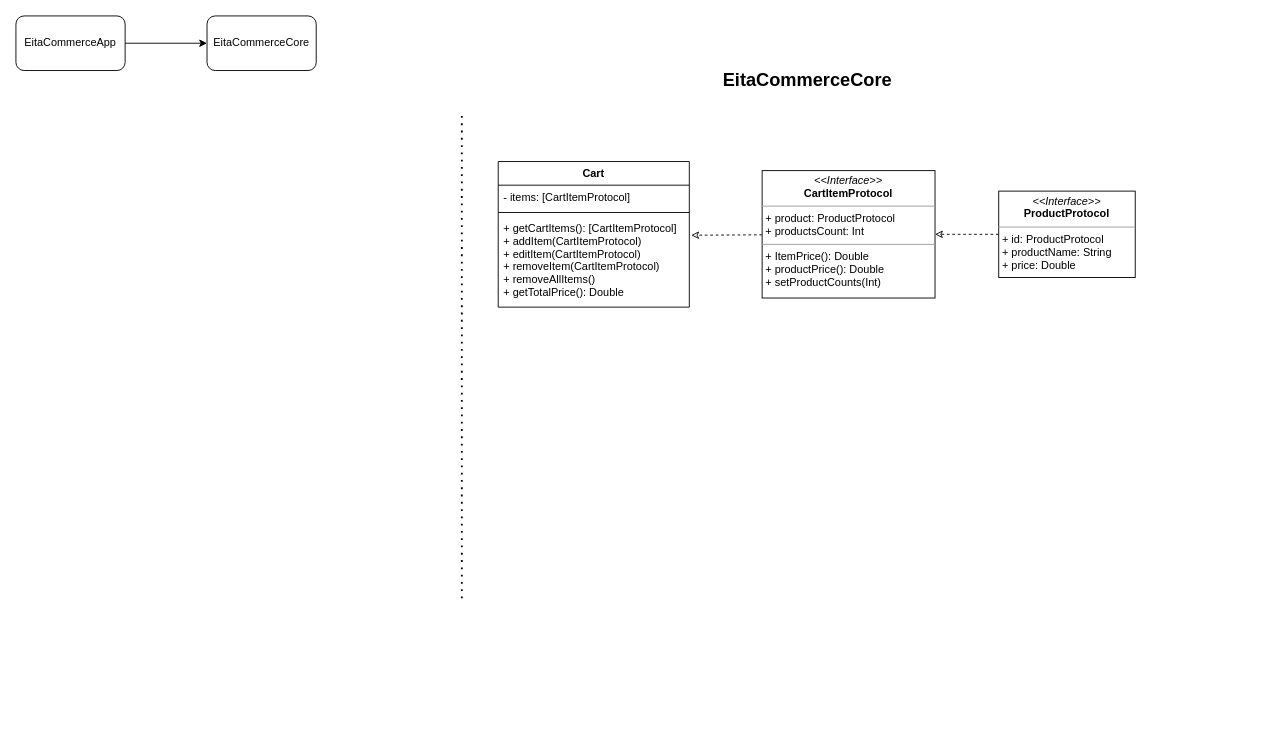
Earlier version of the draw.io diagram Ecommerce.drawio (eitaumdev/EitaCommerceApp). Source tidied: cells renumbered, new cells numbered last; positions are measured from the earlier drawing's top-left corner, leaving out a move shared by most shapes. Both pictures are drawn from the tidied source at 91%, with x=0, y=0 at pixel (15, 15).
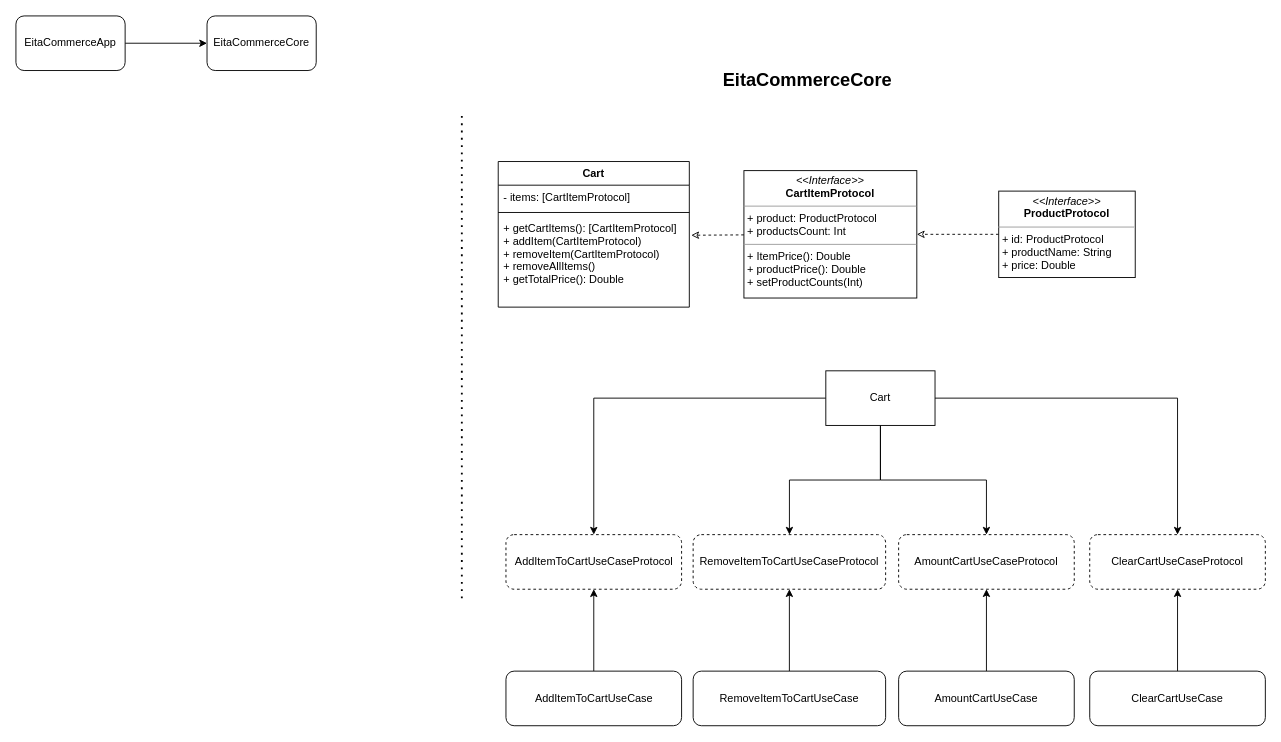
The same page after the edit.

The change refers to these unchanged cells:
```xml
<mxCell id="6" value="Cart" style="swimlane;fontStyle=1;align=center;verticalAlign=top;horizontal=1;startSize=26;" parent="1" vertex="1">
  <mxGeometry x="530" y="160" width="210" height="160" as="geometry" />
</mxCell>
```

Change to the diagram source:
```diff
@@
-    <mxCell id="9" value="+ getCartItems(): [CartItemProtocol]&#10;+ addItem(CartItemProtocol)&#10;+ editItem(CartItemProtocol)&#10;+ removeItem(CartItemProtocol)&#10;+ removeAllItems()&#10;+ getTotalPrice(): Double" style="text;strokeColor=none;fillColor=none;align=left;verticalAlign=top;spacingLeft=4;spacingRight=4;overflow=hidden;points=[[0,0.5],[1,0.5]];portConstraint=eastwest;" parent="6" vertex="1">
+    <mxCell id="9" value="+ getCartItems(): [CartItemProtocol]&#10;+ addItem(CartItemProtocol)&#10;+ removeItem(CartItemProtocol)&#10;+ removeAllItems()&#10;+ getTotalPrice(): Double" style="text;strokeColor=none;fillColor=none;align=left;verticalAlign=top;spacingLeft=4;spacingRight=4;overflow=hidden;points=[[0,0.5],[1,0.5]];portConstraint=eastwest;" parent="6" vertex="1">
       <mxGeometry y="60" width="210" height="100" as="geometry" />
     </mxCell>
@@
     <mxCell id="12" value="&lt;p style=&quot;margin: 0px ; margin-top: 4px ; text-align: center&quot;&gt;&lt;i&gt;&amp;lt;&amp;lt;Interface&amp;gt;&amp;gt;&lt;/i&gt;&lt;br&gt;&lt;b&gt;CartItemProtocol&lt;/b&gt;&lt;/p&gt;&lt;hr size=&quot;1&quot;&gt;&lt;p style=&quot;margin: 0px ; margin-left: 4px&quot;&gt;+ product: ProductProtocol&lt;br&gt;+ productsCount: Int&lt;/p&gt;&lt;hr size=&quot;1&quot;&gt;&lt;p style=&quot;margin: 0px ; margin-left: 4px&quot;&gt;+ ItemPrice(): Double&lt;br&gt;+ productPrice(): Double&lt;/p&gt;&lt;p style=&quot;margin: 0px ; margin-left: 4px&quot;&gt;+ setProductCounts(Int)&lt;/p&gt;" style="verticalAlign=top;align=left;overflow=fill;fontSize=12;fontFamily=Helvetica;html=1;" parent="1" vertex="1">
-      <mxGeometry x="820" y="170" width="190" height="140" as="geometry" />
+      <mxGeometry x="800" y="170" width="190" height="140" as="geometry" />
     </mxCell>
@@
+    <mxCell id="15" style="edgeStyle=orthogonalEdgeStyle;rounded=0;jettySize=auto;html=1;" parent="1" edge="1" source="19" target="20">
+      <mxGeometry relative="1" as="geometry" />
+    </mxCell>
+    <mxCell id="16" style="edgeStyle=orthogonalEdgeStyle;rounded=0;jettySize=auto;html=1;exitX=0.5;exitY=1;exitDx=0;exitDy=0;" parent="1" edge="1" source="19" target="21">
+      <mxGeometry relative="1" as="geometry" />
+    </mxCell>
+    <mxCell id="17" style="edgeStyle=orthogonalEdgeStyle;rounded=0;jettySize=auto;html=1;exitX=1;exitY=0.5;exitDx=0;exitDy=0;" parent="1" edge="1" source="19" target="22">
+      <mxGeometry relative="1" as="geometry" />
+    </mxCell>
+    <mxCell id="18" style="edgeStyle=orthogonalEdgeStyle;rounded=0;jettySize=auto;html=1;" parent="1" edge="1" source="19" target="23">
+      <mxGeometry relative="1" as="geometry" />
+    </mxCell>
+    <mxCell id="19" value="Cart" style="rounded=0;whiteSpace=wrap;html=1;" parent="1" vertex="1">
+      <mxGeometry x="890" y="390" width="120" height="60" as="geometry" />
+    </mxCell>
+    <mxCell id="20" value="AddItemToCartUseCaseProtocol" style="rounded=1;whiteSpace=wrap;html=1;dashed=1;" parent="1" vertex="1">
+      <mxGeometry x="538.5" y="570" width="193" height="60" as="geometry" />
+    </mxCell>
+    <mxCell id="21" value="RemoveItemToCartUseCaseProtocol" style="rounded=1;whiteSpace=wrap;html=1;dashed=1;" parent="1" vertex="1">
+      <mxGeometry x="744.2" y="570" width="211.5" height="60" as="geometry" />
+    </mxCell>
+    <mxCell id="22" value="ClearCartUseCaseProtocol" style="rounded=1;whiteSpace=wrap;html=1;dashed=1;" parent="1" vertex="1">
+      <mxGeometry x="1180" y="570" width="193" height="60" as="geometry" />
+    </mxCell>
+    <mxCell id="23" value="AmountCartUseCaseProtocol" style="rounded=1;whiteSpace=wrap;html=1;dashed=1;" parent="1" vertex="1">
+      <mxGeometry x="970" y="570" width="193" height="60" as="geometry" />
+    </mxCell>
+    <mxCell id="24" style="edgeStyle=orthogonalEdgeStyle;rounded=0;jettySize=auto;html=1;entryX=0.5;entryY=1;entryDx=0;entryDy=0;" parent="1" edge="1" source="25" target="20">
+      <mxGeometry relative="1" as="geometry" />
+    </mxCell>
+    <mxCell id="25" value="AddItemToCartUseCase" style="rounded=1;whiteSpace=wrap;html=1;" parent="1" vertex="1">
+      <mxGeometry x="538.5" y="720" width="193" height="60" as="geometry" />
+    </mxCell>
+    <mxCell id="26" style="edgeStyle=orthogonalEdgeStyle;rounded=0;jettySize=auto;html=1;exitX=0.5;exitY=0;exitDx=0;exitDy=0;entryX=0.5;entryY=1;entryDx=0;entryDy=0;" parent="1" edge="1" source="27" target="21">
+      <mxGeometry relative="1" as="geometry" />
+    </mxCell>
+    <mxCell id="27" value="RemoveItemToCartUseCase" style="rounded=1;whiteSpace=wrap;html=1;" parent="1" vertex="1">
+      <mxGeometry x="744.2" y="720" width="211.5" height="60" as="geometry" />
+    </mxCell>
+    <mxCell id="28" style="edgeStyle=orthogonalEdgeStyle;rounded=0;jettySize=auto;html=1;" parent="1" edge="1" source="29" target="22">
+      <mxGeometry relative="1" as="geometry" />
+    </mxCell>
+    <mxCell id="29" value="ClearCartUseCase" style="rounded=1;whiteSpace=wrap;html=1;" parent="1" vertex="1">
+      <mxGeometry x="1180" y="720" width="193" height="60" as="geometry" />
+    </mxCell>
+    <mxCell id="30" style="edgeStyle=orthogonalEdgeStyle;rounded=0;jettySize=auto;html=1;entryX=0.5;entryY=1;entryDx=0;entryDy=0;" parent="1" edge="1" source="31" target="23">
+      <mxGeometry relative="1" as="geometry" />
+    </mxCell>
+    <mxCell id="31" value="AmountCartUseCase" style="rounded=1;whiteSpace=wrap;html=1;" parent="1" vertex="1">
+      <mxGeometry x="970" y="720" width="193" height="60" as="geometry" />
+    </mxCell>
```
